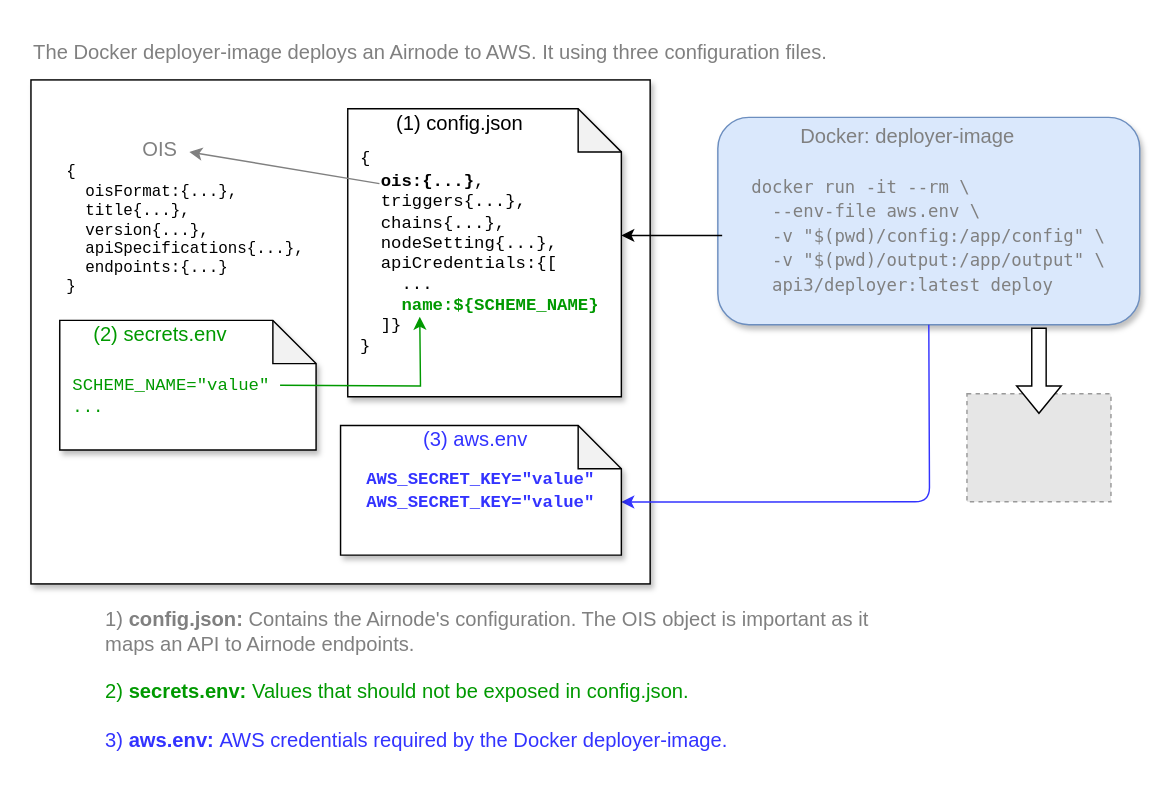
Before: docs/airnode/v0.2/assets/diagrams/api-provider-overview.drawio in api3dao/old-api3-docs, a draw.io diagram. Source tidied: cells renumbered, new cells numbered last; positions are measured from the earlier drawing's top-left corner, leaving out a move shared by most shapes. Both pictures are drawn from the tidied source at 144%, with x=0, y=0 at pixel (30, 30). Pictures stored in the file or linked from it are replaced by grey dashed boxes.
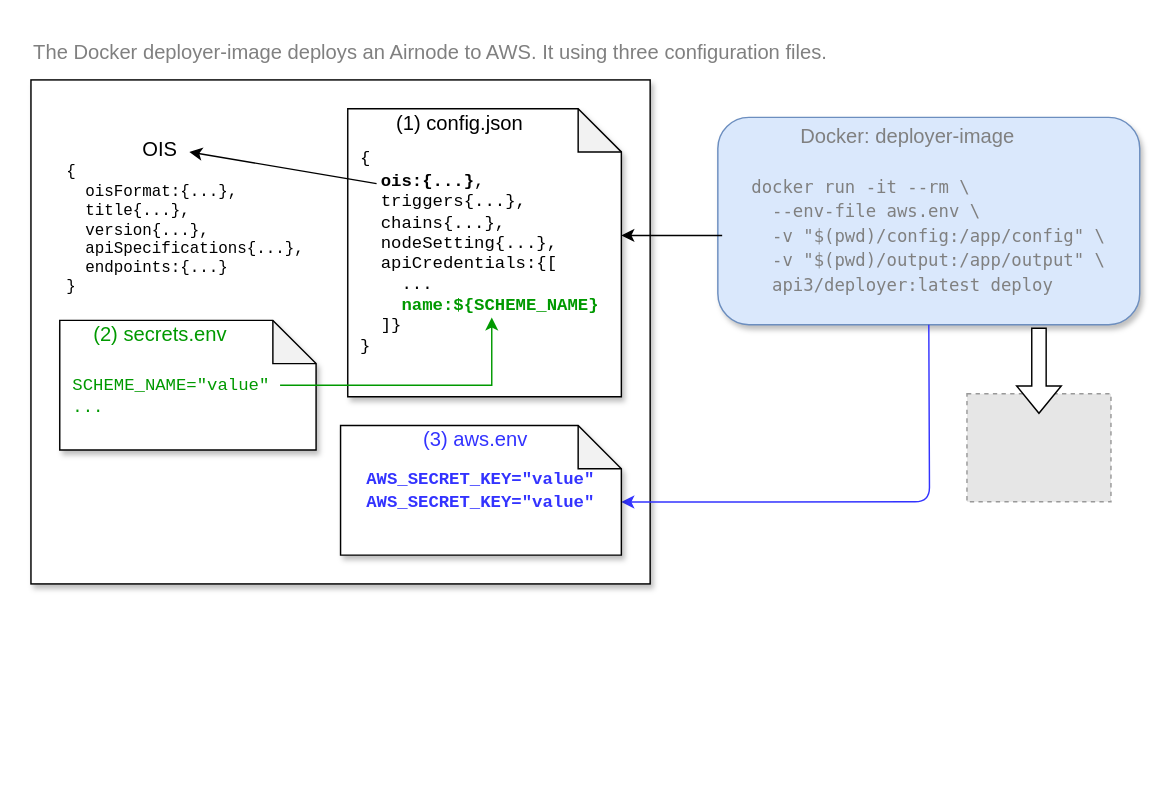
The same diagram, later.

Change to the diagram source:
```diff
@@
-    <mxCell id="4" value="&lt;font&gt;&lt;font&gt;&lt;font style=&quot;font-size: 14px ; color: rgb(128 , 128 , 128)&quot;&gt;&lt;font style=&quot;font-size: 14px&quot;&gt;&lt;span style=&quot;font-size: 14px&quot;&gt;1)&lt;/span&gt;&amp;nbsp;&lt;b&gt;config.json:&lt;/b&gt;&amp;nbsp;Contains the Airnode's configuration. The OIS object is important as it maps an API to Airnode endpoints.&lt;br style=&quot;font-size: 14px&quot;&gt;&lt;/font&gt;&lt;br style=&quot;font-size: 14px&quot;&gt;&lt;/font&gt;&lt;font style=&quot;font-size: 14px&quot;&gt;&lt;font style=&quot;font-size: 14px&quot;&gt;&lt;font color=&quot;#009900&quot; style=&quot;font-size: 14px&quot;&gt;&lt;span style=&quot;font-size: 14px&quot;&gt;2)&lt;/span&gt;&amp;nbsp;&lt;b&gt;secrets.env:&lt;/b&gt;&amp;nbsp;Values that should not be exposed in config.json.&lt;/font&gt;&lt;br&gt;&lt;/font&gt;&lt;/font&gt;&lt;/font&gt;&lt;/font&gt;&lt;font style=&quot;font-size: 14px&quot;&gt;&lt;br&gt;&lt;/font&gt;&lt;font style=&quot;font-size: 14px&quot;&gt;3) &lt;b&gt;aws.env:&lt;/b&gt;&amp;nbsp;AWS credentials required by the Docker deployer-image.&lt;br style=&quot;font-size: 14px&quot;&gt;&lt;/font&gt;" style="text;html=1;strokeColor=none;fillColor=none;align=left;verticalAlign=top;whiteSpace=wrap;rounded=0;fontSize=14;fontColor=#3333FF;" parent="1" vertex="1">
-      <mxGeometry x="50" y="394" width="570" height="120" as="geometry" />
-    </mxCell>
@@
-    <mxCell id="15" value="&lt;div style=&quot;text-align: left ; font-size: 14px&quot;&gt;&lt;span style=&quot;font-size: 11px ; font-family: &amp;#34;courier new&amp;#34;&quot;&gt;&amp;nbsp; &amp;nbsp; &amp;nbsp; &amp;nbsp; &lt;/span&gt;&lt;span&gt;&lt;font color=&quot;#808080&quot;&gt;OIS&lt;/font&gt;&lt;/span&gt;&lt;/div&gt;&lt;div style=&quot;font-size: 11px ; text-align: left&quot;&gt;&lt;span style=&quot;font-family: &amp;#34;courier new&amp;#34;&quot;&gt;{&lt;/span&gt;&lt;/div&gt;&lt;div style=&quot;font-size: 11px ; text-align: left&quot;&gt;&lt;span style=&quot;font-family: &amp;#34;courier new&amp;#34;&quot;&gt;&amp;nbsp; oisFormat:{...},&lt;/span&gt;&lt;/div&gt;&lt;font face=&quot;Courier New&quot; style=&quot;font-size: 11px ; text-align: left&quot;&gt;&lt;div&gt;&amp;nbsp; title{...},&lt;/div&gt;&lt;div&gt;&amp;nbsp; version{...},&lt;/div&gt;&lt;div&gt;&amp;nbsp; apiSpecifications{...},&lt;/div&gt;&lt;div&gt;&amp;nbsp; endpoints:{...}&lt;/div&gt;&lt;div&gt;}&lt;/div&gt;&lt;/font&gt;" style="text;html=1;strokeColor=none;fillColor=none;align=center;verticalAlign=middle;whiteSpace=wrap;rounded=0;shadow=1;sketch=0;" parent="1" vertex="1">
+    <mxCell id="15" value="&lt;div style=&quot;text-align: left ; font-size: 14px&quot;&gt;&lt;span style=&quot;font-size: 11px ; font-family: &amp;#34;courier new&amp;#34;&quot;&gt;&amp;nbsp; &amp;nbsp; &amp;nbsp; &amp;nbsp; &lt;/span&gt;&lt;span&gt;OIS&lt;/span&gt;&lt;/div&gt;&lt;div style=&quot;font-size: 11px ; text-align: left&quot;&gt;&lt;span style=&quot;font-family: &amp;#34;courier new&amp;#34;&quot;&gt;{&lt;/span&gt;&lt;/div&gt;&lt;div style=&quot;font-size: 11px ; text-align: left&quot;&gt;&lt;span style=&quot;font-family: &amp;#34;courier new&amp;#34;&quot;&gt;&amp;nbsp; oisFormat:{...},&lt;/span&gt;&lt;/div&gt;&lt;font face=&quot;Courier New&quot; style=&quot;font-size: 11px ; text-align: left&quot;&gt;&lt;div&gt;&amp;nbsp; title{...},&lt;/div&gt;&lt;div&gt;&amp;nbsp; version{...},&lt;/div&gt;&lt;div&gt;&amp;nbsp; apiSpecifications{...},&lt;/div&gt;&lt;div&gt;&amp;nbsp; endpoints:{...}&lt;/div&gt;&lt;div&gt;}&lt;/div&gt;&lt;/font&gt;" style="text;html=1;strokeColor=none;fillColor=none;align=center;verticalAlign=middle;whiteSpace=wrap;rounded=0;shadow=1;sketch=0;" parent="1" vertex="1">
       <mxGeometry x="20" y="74" width="175" height="110" as="geometry" />
     </mxCell>
-    <mxCell id="16" style="endArrow=classic;html=1;fontSize=11;fontColor=#009900;strokeColor=#808080;" parent="1" edge="1">
+    <mxCell id="16" style="endArrow=classic;html=1;fontSize=11;fontColor=#009900;strokeColor=#000000;" parent="1" edge="1">
       <mxGeometry relative="1" as="geometry">
-        <mxPoint x="242" y="106" as="sourcePoint" />
+        <mxPoint x="240" y="106" as="sourcePoint" />
         <mxPoint x="110" y="84" as="targetPoint" />
       </mxGeometry>
     </mxCell>
     <mxCell id="17" style="endArrow=classic;html=1;rounded=0;edgeStyle=orthogonalEdgeStyle;strokeColor=#009900;" parent="1" edge="1">
       <mxGeometry relative="1" as="geometry">
         <mxPoint x="173" y="246" as="sourcePoint" />
-        <mxPoint x="270" y="198.5" as="targetPoint" />
+        <mxPoint x="320" y="199" as="targetPoint" />
+        <Array as="points">
+          <mxPoint x="320" y="246" />
+          <mxPoint x="320" y="199" />
+        </Array>
       </mxGeometry>
     </mxCell>
```
